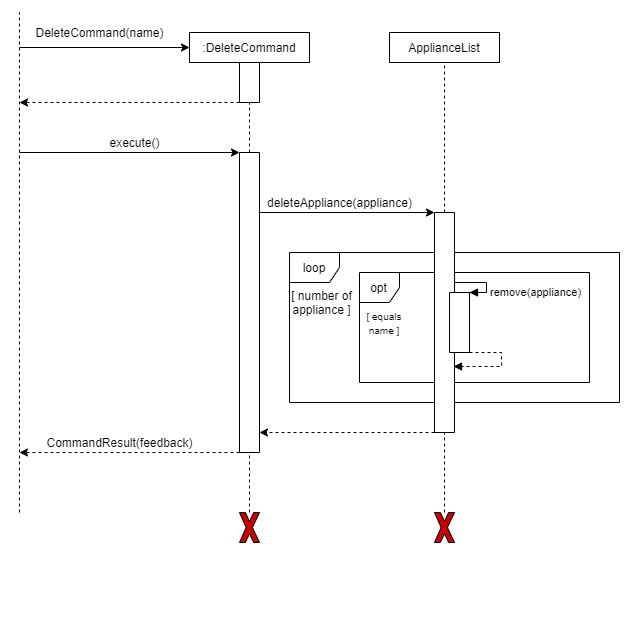
nus-cs2113-AY2021S1/tp keeps this draw.io diagram as docs/images/diagrams/Sequence_DeleteCommand.png. Above is the earlier version. Source tidied: cells renumbered, new cells last; positions are measured from the earlier drawing's top-left corner, leaving out a move shared by most shapes.
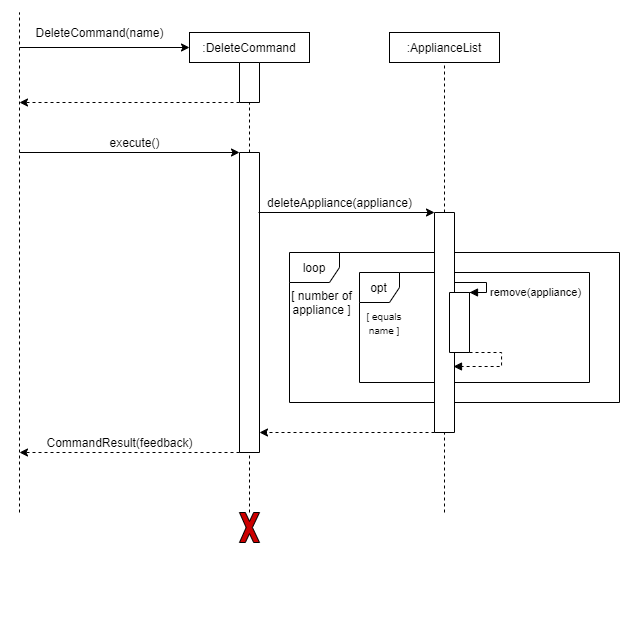
After the change.

What changed in the source:
```diff
@@ -64,7 +64,7 @@
         <mxPoint x="405" y="620" as="targetPoint" />
       </mxGeometry>
     </mxCell>
-    <mxCell id="17" value="ApplianceList" style="rounded=0;whiteSpace=wrap;html=1;" parent="1" vertex="1">
+    <mxCell id="17" value=":ApplianceList" style="rounded=0;whiteSpace=wrap;html=1;" parent="1" vertex="1">
       <mxGeometry x="370" y="20" width="110" height="30" as="geometry" />
     </mxCell>
     <mxCell id="18" style="endArrow=none;dashed=1;html=1;entryX=0.5;entryY=1;entryDx=0;entryDy=0;" parent="1" edge="1" source="19" target="17">
@@ -73,11 +73,10 @@
     <mxCell id="19" style="rounded=0;whiteSpace=wrap;html=1;direction=south;" parent="1" vertex="1">
       <mxGeometry x="415" y="200" width="20" height="220" as="geometry" />
     </mxCell>
-    <mxCell id="20" style="verticalLabelPosition=bottom;verticalAlign=top;html=1;shape=mxgraph.basic.x;fillColor=#CC0000;" parent="1" vertex="1">
-      <mxGeometry x="415" y="500" width="20" height="30" as="geometry" />
-    </mxCell>
-    <mxCell id="21" style="endArrow=none;dashed=1;html=1;entryX=1;entryY=0.5;entryDx=0;entryDy=0;" parent="1" edge="1" source="20" target="19">
-      <mxGeometry relative="1" as="geometry" />
+    <mxCell id="21" style="endArrow=none;dashed=1;html=1;entryX=1;entryY=0.5;entryDx=0;entryDy=0;" parent="1" edge="1" target="19">
+      <mxGeometry relative="1" as="geometry">
+        <mxPoint x="425" y="500" as="sourcePoint" />
+      </mxGeometry>
     </mxCell>
     <mxCell id="22" style="rounded=0;whiteSpace=wrap;html=1;direction=south;" parent="1" vertex="1">
       <mxGeometry x="220" y="50" width="20" height="40" as="geometry" />
```
